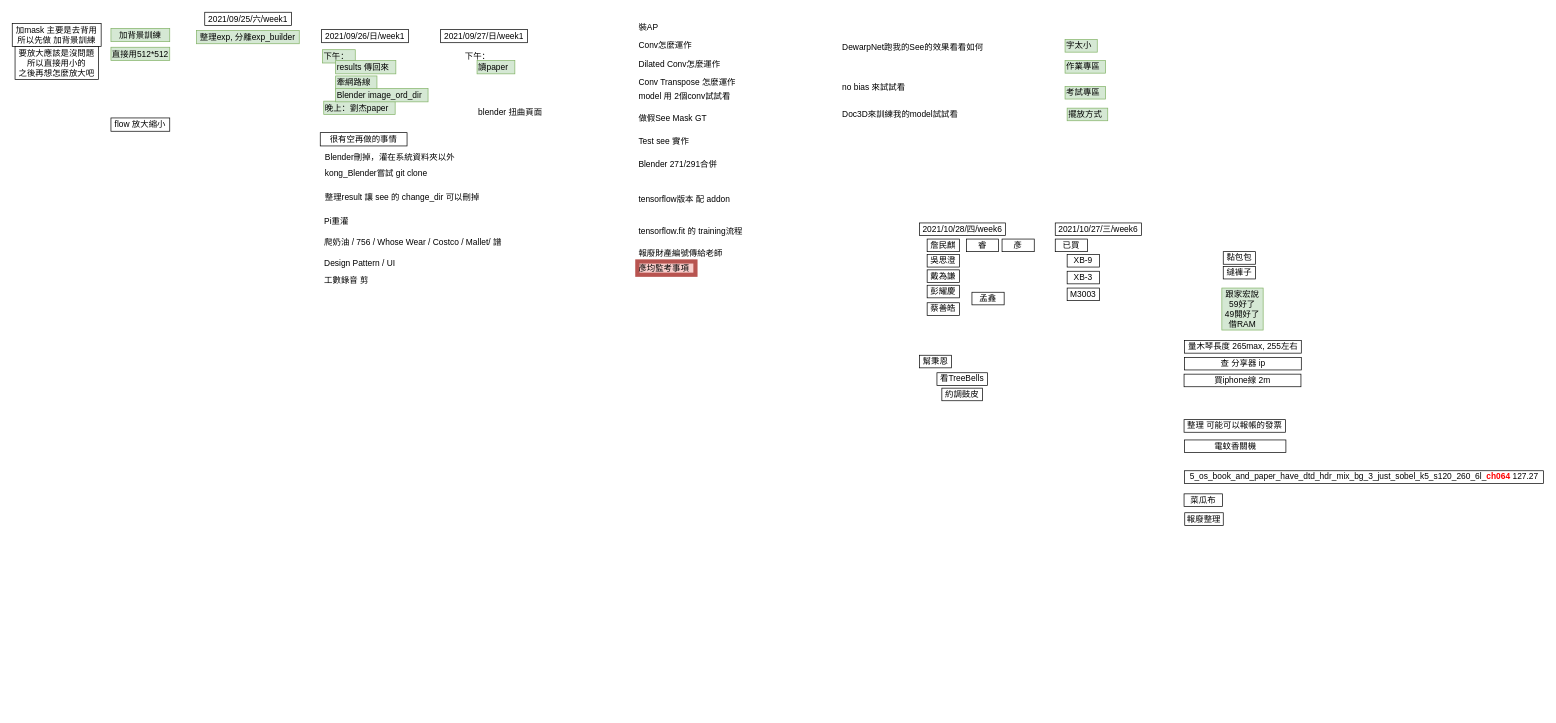
KongBOy/kong_model2 keeps this draw.io diagram as 要做的事情.drawio. Above is the earlier version. Source tidied: cells renumbered, new cells numbered last; positions are measured from the earlier drawing's top-left corner, leaving out a move shared by most shapes. Both pictures are drawn from the tidied source at 70%, with x=0, y=0 at pixel (12, 12).
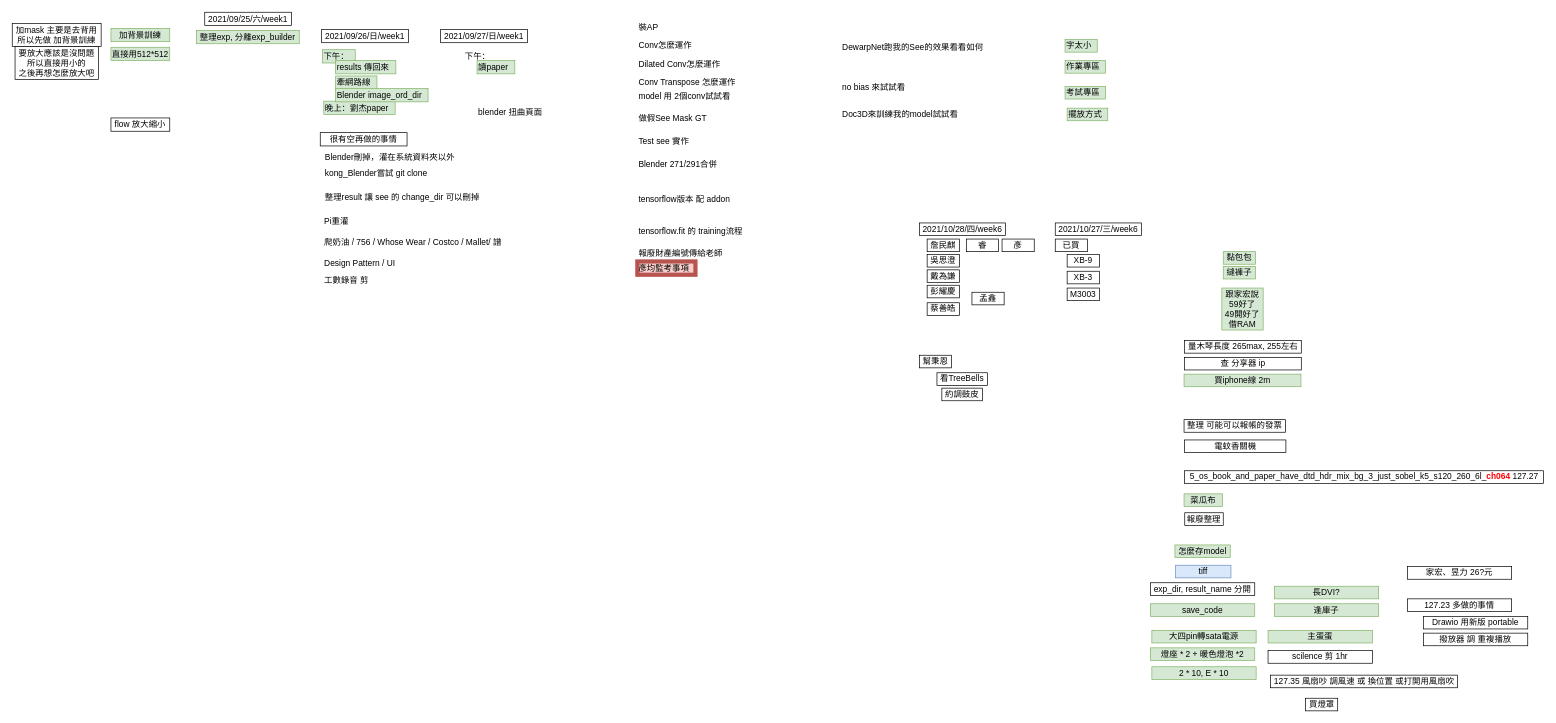
The same diagram, later.

The edit, as a diff of the source:
```diff
@@
-    <mxCell id="59" value="黏包包" style="rounded=0;whiteSpace=wrap;html=1;" parent="1" vertex="1">
+    <mxCell id="59" value="黏包包" style="rounded=0;whiteSpace=wrap;html=1;fillColor=#d5e8d4;strokeColor=#82b366;" parent="1" vertex="1">
       <mxGeometry x="1730" y="342" width="46" height="18" as="geometry" />
     </mxCell>
-    <mxCell id="60" value="縫褲子" style="rounded=0;whiteSpace=wrap;html=1;" parent="1" vertex="1">
+    <mxCell id="60" value="縫褲子" style="rounded=0;whiteSpace=wrap;html=1;fillColor=#d5e8d4;strokeColor=#82b366;" parent="1" vertex="1">
       <mxGeometry x="1730" y="363" width="46" height="18" as="geometry" />
     </mxCell>
@@
-    <mxCell id="64" value="買iphone線 2m" style="rounded=0;whiteSpace=wrap;html=1;" parent="1" vertex="1">
+    <mxCell id="64" value="買iphone線 2m" style="rounded=0;whiteSpace=wrap;html=1;fillColor=#d5e8d4;strokeColor=#82b366;" parent="1" vertex="1">
       <mxGeometry x="1674" y="517" width="167" height="18" as="geometry" />
     </mxCell>
@@
-    <mxCell id="72" value="菜瓜布" style="rounded=0;whiteSpace=wrap;html=1;" parent="1" vertex="1">
+    <mxCell id="72" value="菜瓜布" style="rounded=0;whiteSpace=wrap;html=1;fillColor=#d5e8d4;strokeColor=#82b366;" parent="1" vertex="1">
       <mxGeometry x="1674" y="688" width="55" height="18" as="geometry" />
     </mxCell>
@@
+    <mxCell id="74" value="怎麼存model" style="rounded=0;whiteSpace=wrap;html=1;fillColor=#d5e8d4;strokeColor=#82b366;" parent="1" vertex="1">
+      <mxGeometry x="1661" y="761" width="79" height="18" as="geometry" />
+    </mxCell>
+    <mxCell id="75" value="tiff" style="rounded=0;whiteSpace=wrap;html=1;fillColor=#dae8fc;strokeColor=#6c8ebf;" parent="1" vertex="1">
+      <mxGeometry x="1662" y="790" width="79" height="18" as="geometry" />
+    </mxCell>
+    <mxCell id="76" value="exp_dir, result_name 分開" style="rounded=0;whiteSpace=wrap;html=1;" parent="1" vertex="1">
+      <mxGeometry x="1626" y="815" width="149" height="18" as="geometry" />
+    </mxCell>
+    <mxCell id="77" value="save_code" style="rounded=0;whiteSpace=wrap;html=1;fillColor=#d5e8d4;strokeColor=#82b366;" parent="1" vertex="1">
+      <mxGeometry x="1626" y="845" width="149" height="18" as="geometry" />
+    </mxCell>
+    <mxCell id="78" value="逢庫子" style="rounded=0;whiteSpace=wrap;html=1;fillColor=#d5e8d4;strokeColor=#82b366;" parent="1" vertex="1">
+      <mxGeometry x="1803" y="845" width="149" height="18" as="geometry" />
+    </mxCell>
+    <mxCell id="79" value="長DVI?" style="rounded=0;whiteSpace=wrap;html=1;fillColor=#d5e8d4;strokeColor=#82b366;" parent="1" vertex="1">
+      <mxGeometry x="1803" y="820" width="149" height="18" as="geometry" />
+    </mxCell>
+    <mxCell id="80" value="大四pin轉sata電源" style="rounded=0;whiteSpace=wrap;html=1;fillColor=#d5e8d4;strokeColor=#82b366;" parent="1" vertex="1">
+      <mxGeometry x="1628" y="883" width="149" height="18" as="geometry" />
+    </mxCell>
+    <mxCell id="81" value="燈座 * 2 + 暖色燈泡 *2" style="rounded=0;whiteSpace=wrap;html=1;fillColor=#d5e8d4;strokeColor=#82b366;" parent="1" vertex="1">
+      <mxGeometry x="1626" y="908" width="149" height="18" as="geometry" />
+    </mxCell>
+    <mxCell id="82" value="2 * 10, E * 10" style="rounded=0;whiteSpace=wrap;html=1;fillColor=#d5e8d4;strokeColor=#82b366;" parent="1" vertex="1">
+      <mxGeometry x="1628" y="935" width="149" height="18" as="geometry" />
+    </mxCell>
+    <mxCell id="83" value="主蛋蛋" style="rounded=0;whiteSpace=wrap;html=1;fillColor=#d5e8d4;strokeColor=#82b366;" parent="1" vertex="1">
+      <mxGeometry x="1794" y="883" width="149" height="18" as="geometry" />
+    </mxCell>
+    <mxCell id="84" value="scilence 剪 1hr" style="rounded=0;whiteSpace=wrap;html=1;" parent="1" vertex="1">
+      <mxGeometry x="1794" y="912" width="149" height="18" as="geometry" />
+    </mxCell>
+    <mxCell id="85" value="家宏、昱力 26?元" style="rounded=0;whiteSpace=wrap;html=1;" parent="1" vertex="1">
+      <mxGeometry x="1993" y="792" width="149" height="18" as="geometry" />
+    </mxCell>
+    <mxCell id="86" value="127.23 多做的事情" style="rounded=0;whiteSpace=wrap;html=1;" parent="1" vertex="1">
+      <mxGeometry x="1993" y="838" width="149" height="18" as="geometry" />
+    </mxCell>
+    <mxCell id="87" value="Drawio 用新版 portable" style="rounded=0;whiteSpace=wrap;html=1;" parent="1" vertex="1">
+      <mxGeometry x="2016" y="863" width="149" height="18" as="geometry" />
+    </mxCell>
+    <mxCell id="88" value="127.35 風扇吵 調風速 或 換位置 或打開用風扇吹" style="rounded=0;whiteSpace=wrap;html=1;" parent="1" vertex="1">
+      <mxGeometry x="1797.5" y="947" width="267" height="18" as="geometry" />
+    </mxCell>
+    <mxCell id="89" value="買燈罩" style="rounded=0;whiteSpace=wrap;html=1;" parent="1" vertex="1">
+      <mxGeometry x="1847.5" y="980" width="46" height="18" as="geometry" />
+    </mxCell>
+    <mxCell id="90" value="撥放器 調 重複播放" style="rounded=0;whiteSpace=wrap;html=1;" parent="1" vertex="1">
+      <mxGeometry x="2016" y="887" width="149" height="18" as="geometry" />
+    </mxCell>
```
